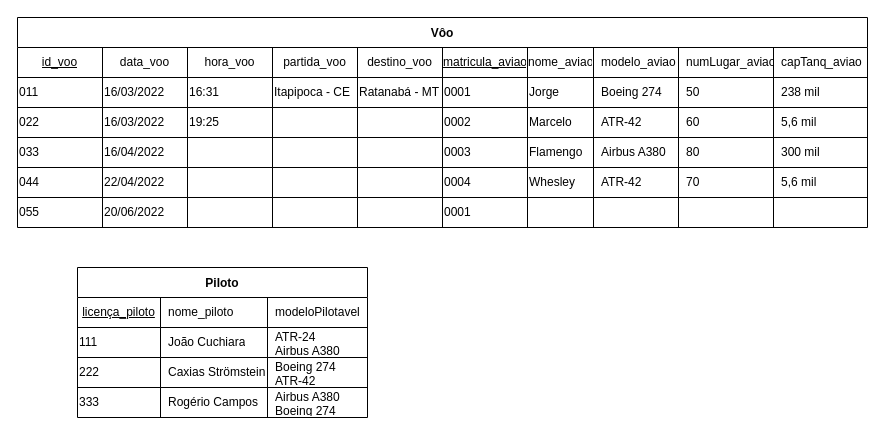
Earlier version of the draw.io diagram Lista9_20-06/Lista9.drawio (andreeeeeeeee/Engenharia_Software). Source tidied: cells renumbered, new cells numbered last; positions are measured from the earlier drawing's top-left corner, leaving out a move shared by most shapes. Both pictures are drawn from the tidied source at 100%, with x=0, y=0 at pixel (17, 17).
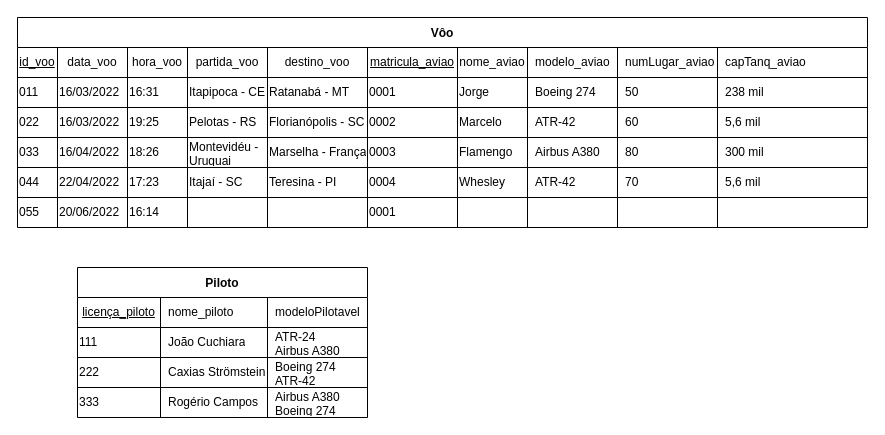
The same diagram, later.

Unchanged cells that the change refers to:
```xml
<mxCell id="3" style="shape=tableRow;horizontal=0;startSize=0;swimlaneHead=0;swimlaneBody=0;top=0;left=0;bottom=0;right=0;fillColor=none;" parent="2" vertex="1">
  <mxGeometry y="30" width="850" height="30" as="geometry" />
</mxCell>
<mxCell id="14" style="shape=tableRow;horizontal=0;startSize=0;swimlaneHead=0;swimlaneBody=0;top=0;left=0;bottom=0;right=0;fillColor=none;" parent="2" vertex="1">
  <mxGeometry y="60" width="850" height="30" as="geometry" />
</mxCell>
<mxCell id="25" style="shape=tableRow;horizontal=0;startSize=0;swimlaneHead=0;swimlaneBody=0;top=0;left=0;bottom=0;right=0;fillColor=none;" parent="2" vertex="1">
  <mxGeometry y="90" width="850" height="30" as="geometry" />
</mxCell>
<mxCell id="36" style="shape=tableRow;horizontal=0;startSize=0;swimlaneHead=0;swimlaneBody=0;top=0;left=0;bottom=0;right=0;fillColor=none;" parent="2" vertex="1">
  <mxGeometry y="120" width="850" height="30" as="geometry" />
</mxCell>
<mxCell id="47" style="shape=tableRow;horizontal=0;startSize=0;swimlaneHead=0;swimlaneBody=0;top=0;left=0;bottom=0;right=0;fillColor=none;" parent="2" vertex="1">
  <mxGeometry y="150" width="850" height="30" as="geometry" />
</mxCell>
<mxCell id="58" style="shape=tableRow;horizontal=0;startSize=0;swimlaneHead=0;swimlaneBody=0;top=0;left=0;bottom=0;right=0;fillColor=none;" parent="2" vertex="1">
  <mxGeometry y="180" width="850" height="30" as="geometry" />
</mxCell>
```

What changed in the source:
```diff
@@
     <mxCell id="4" value="id_voo" style="shape=partialRectangle;html=1;whiteSpace=wrap;fillColor=none;top=0;left=0;bottom=0;right=0;overflow=hidden;fontStyle=4;" parent="3" vertex="1">
-      <mxGeometry width="85" height="30" as="geometry" />
+      <mxGeometry width="40" height="30" as="geometry" />
     </mxCell>
     <mxCell id="5" value="data_voo" style="shape=partialRectangle;html=1;whiteSpace=wrap;fillColor=none;top=0;left=0;bottom=0;right=0;overflow=hidden;fontStyle=0;" parent="3" vertex="1">
-      <mxGeometry x="85" width="85" height="30" as="geometry" />
+      <mxGeometry x="40" width="70" height="30" as="geometry" />
     </mxCell>
     <mxCell id="6" value="hora_voo" style="shape=partialRectangle;html=1;whiteSpace=wrap;fillColor=none;top=0;left=0;bottom=0;right=0;overflow=hidden;fontStyle=0;" parent="3" vertex="1">
-      <mxGeometry x="170" width="85" height="30" as="geometry" />
+      <mxGeometry x="110" width="60" height="30" as="geometry" />
     </mxCell>
     <mxCell id="7" value="partida_voo" style="shape=partialRectangle;html=1;whiteSpace=wrap;fillColor=none;top=0;left=0;bottom=0;right=0;overflow=hidden;fontStyle=0;" parent="3" vertex="1">
-      <mxGeometry x="255" width="85" height="30" as="geometry" />
+      <mxGeometry x="170" width="80" height="30" as="geometry" />
     </mxCell>
     <mxCell id="8" value="destino_voo" style="shape=partialRectangle;html=1;whiteSpace=wrap;fillColor=none;top=0;left=0;bottom=0;right=0;overflow=hidden;fontStyle=0;" parent="3" vertex="1">
-      <mxGeometry x="340" width="85" height="30" as="geometry" />
+      <mxGeometry x="250" width="100" height="30" as="geometry" />
     </mxCell>
     <mxCell id="9" value="matricula_aviao" style="shape=partialRectangle;html=1;whiteSpace=wrap;fillColor=none;top=0;left=0;bottom=0;right=0;overflow=hidden;fontStyle=4;" parent="3" vertex="1">
-      <mxGeometry x="425" width="85" height="30" as="geometry" />
+      <mxGeometry x="350" width="90" height="30" as="geometry" />
     </mxCell>
     <mxCell id="10" value="nome_aviao" style="shape=partialRectangle;html=1;whiteSpace=wrap;fillColor=none;top=0;left=0;bottom=0;right=0;overflow=hidden;fontStyle=0;" parent="3" vertex="1">
-      <mxGeometry x="510" width="66" height="30" as="geometry" />
+      <mxGeometry x="440" width="70" height="30" as="geometry" />
     </mxCell>
     <mxCell id="11" value="modelo_aviao" style="shape=partialRectangle;html=1;whiteSpace=wrap;fillColor=none;top=0;left=0;bottom=0;right=0;align=left;spacingLeft=6;overflow=hidden;" parent="3" vertex="1">
-      <mxGeometry x="576" width="85" height="30" as="geometry" />
+      <mxGeometry x="510" width="90" height="30" as="geometry" />
     </mxCell>
     <mxCell id="12" value="numLugar_aviao" style="shape=partialRectangle;html=1;whiteSpace=wrap;fillColor=none;top=0;left=0;bottom=0;right=0;align=left;spacingLeft=6;overflow=hidden;" parent="3" vertex="1">
-      <mxGeometry x="661" width="95" height="30" as="geometry" />
+      <mxGeometry x="600" width="100" height="30" as="geometry" />
     </mxCell>
     <mxCell id="13" value="capTanq_aviao" style="shape=partialRectangle;html=1;whiteSpace=wrap;fillColor=none;top=0;left=0;bottom=0;right=0;align=left;spacingLeft=6;overflow=hidden;" parent="3" vertex="1">
-      <mxGeometry x="756" width="94" height="30" as="geometry" />
+      <mxGeometry x="700" width="150" height="30" as="geometry" />
     </mxCell>
@@
     <mxCell id="15" value="011" style="shape=partialRectangle;html=1;whiteSpace=wrap;fillColor=none;top=0;left=0;bottom=0;right=0;overflow=hidden;align=left;" parent="14" vertex="1">
-      <mxGeometry width="85" height="30" as="geometry" />
+      <mxGeometry width="40" height="30" as="geometry" />
     </mxCell>
     <mxCell id="16" value="16/03/2022" style="shape=partialRectangle;html=1;whiteSpace=wrap;fillColor=none;top=0;left=0;bottom=0;right=0;overflow=hidden;align=left;" parent="14" vertex="1">
-      <mxGeometry x="85" width="85" height="30" as="geometry" />
+      <mxGeometry x="40" width="70" height="30" as="geometry" />
     </mxCell>
     <mxCell id="17" value="16:31" style="shape=partialRectangle;html=1;whiteSpace=wrap;fillColor=none;top=0;left=0;bottom=0;right=0;overflow=hidden;align=left;" parent="14" vertex="1">
-      <mxGeometry x="170" width="85" height="30" as="geometry" />
+      <mxGeometry x="110" width="60" height="30" as="geometry" />
     </mxCell>
     <mxCell id="18" value="Itapipoca - CE" style="shape=partialRectangle;html=1;whiteSpace=wrap;fillColor=none;top=0;left=0;bottom=0;right=0;overflow=hidden;align=left;" parent="14" vertex="1">
-      <mxGeometry x="255" width="85" height="30" as="geometry" />
+      <mxGeometry x="170" width="80" height="30" as="geometry" />
     </mxCell>
     <mxCell id="19" value="Ratanabá - MT" style="shape=partialRectangle;html=1;whiteSpace=wrap;fillColor=none;top=0;left=0;bottom=0;right=0;overflow=hidden;align=left;" parent="14" vertex="1">
-      <mxGeometry x="340" width="85" height="30" as="geometry" />
+      <mxGeometry x="250" width="100" height="30" as="geometry" />
     </mxCell>
     <mxCell id="20" value="0001" style="shape=partialRectangle;html=1;whiteSpace=wrap;fillColor=none;top=0;left=0;bottom=0;right=0;overflow=hidden;align=left;" parent="14" vertex="1">
-      <mxGeometry x="425" width="85" height="30" as="geometry" />
+      <mxGeometry x="350" width="90" height="30" as="geometry" />
     </mxCell>
     <mxCell id="21" value="Jorge" style="shape=partialRectangle;html=1;whiteSpace=wrap;fillColor=none;top=0;left=0;bottom=0;right=0;overflow=hidden;align=left;" parent="14" vertex="1">
-      <mxGeometry x="510" width="66" height="30" as="geometry" />
+      <mxGeometry x="440" width="70" height="30" as="geometry" />
     </mxCell>
     <mxCell id="22" value="Boeing 274" style="shape=partialRectangle;html=1;whiteSpace=wrap;fillColor=none;top=0;left=0;bottom=0;right=0;align=left;spacingLeft=6;overflow=hidden;verticalAlign=middle;horizontal=1;" parent="14" vertex="1">
-      <mxGeometry x="576" width="85" height="30" as="geometry" />
+      <mxGeometry x="510" width="90" height="30" as="geometry" />
     </mxCell>
     <mxCell id="23" value="50" style="shape=partialRectangle;html=1;whiteSpace=wrap;fillColor=none;top=0;left=0;bottom=0;right=0;align=left;spacingLeft=6;overflow=hidden;" parent="14" vertex="1">
-      <mxGeometry x="661" width="95" height="30" as="geometry" />
+      <mxGeometry x="600" width="100" height="30" as="geometry" />
     </mxCell>
     <mxCell id="24" value="238 mil" style="shape=partialRectangle;html=1;whiteSpace=wrap;fillColor=none;top=0;left=0;bottom=0;right=0;align=left;spacingLeft=6;overflow=hidden;" parent="14" vertex="1">
-      <mxGeometry x="756" width="94" height="30" as="geometry" />
+      <mxGeometry x="700" width="150" height="30" as="geometry" />
     </mxCell>
@@
     <mxCell id="26" value="022" style="shape=partialRectangle;html=1;whiteSpace=wrap;fillColor=none;top=0;left=0;bottom=0;right=0;overflow=hidden;align=left;" parent="25" vertex="1">
-      <mxGeometry width="85" height="30" as="geometry" />
+      <mxGeometry width="40" height="30" as="geometry" />
     </mxCell>
     <mxCell id="27" value="16/03/2022" style="shape=partialRectangle;html=1;whiteSpace=wrap;fillColor=none;top=0;left=0;bottom=0;right=0;overflow=hidden;align=left;" parent="25" vertex="1">
-      <mxGeometry x="85" width="85" height="30" as="geometry" />
+      <mxGeometry x="40" width="70" height="30" as="geometry" />
     </mxCell>
     <mxCell id="28" value="19:25" style="shape=partialRectangle;html=1;whiteSpace=wrap;fillColor=none;top=0;left=0;bottom=0;right=0;overflow=hidden;align=left;" parent="25" vertex="1">
-      <mxGeometry x="170" width="85" height="30" as="geometry" />
+      <mxGeometry x="110" width="60" height="30" as="geometry" />
     </mxCell>
-    <mxCell id="29" style="shape=partialRectangle;html=1;whiteSpace=wrap;fillColor=none;top=0;left=0;bottom=0;right=0;overflow=hidden;align=left;" parent="25" vertex="1">
-      <mxGeometry x="255" width="85" height="30" as="geometry" />
+    <mxCell id="29" value="Pelotas - RS" style="shape=partialRectangle;html=1;whiteSpace=wrap;fillColor=none;top=0;left=0;bottom=0;right=0;overflow=hidden;align=left;" parent="25" vertex="1">
+      <mxGeometry x="170" width="80" height="30" as="geometry" />
     </mxCell>
-    <mxCell id="30" style="shape=partialRectangle;html=1;whiteSpace=wrap;fillColor=none;top=0;left=0;bottom=0;right=0;overflow=hidden;align=left;" parent="25" vertex="1">
-      <mxGeometry x="340" width="85" height="30" as="geometry" />
+    <mxCell id="30" value="Florianópolis - SC" style="shape=partialRectangle;html=1;whiteSpace=wrap;fillColor=none;top=0;left=0;bottom=0;right=0;overflow=hidden;align=left;" parent="25" vertex="1">
+      <mxGeometry x="250" width="100" height="30" as="geometry" />
     </mxCell>
     <mxCell id="31" value="0002" style="shape=partialRectangle;html=1;whiteSpace=wrap;fillColor=none;top=0;left=0;bottom=0;right=0;overflow=hidden;align=left;" parent="25" vertex="1">
-      <mxGeometry x="425" width="85" height="30" as="geometry" />
+      <mxGeometry x="350" width="90" height="30" as="geometry" />
     </mxCell>
     <mxCell id="32" value="Marcelo" style="shape=partialRectangle;html=1;whiteSpace=wrap;fillColor=none;top=0;left=0;bottom=0;right=0;overflow=hidden;align=left;" parent="25" vertex="1">
-      <mxGeometry x="510" width="66" height="30" as="geometry" />
+      <mxGeometry x="440" width="70" height="30" as="geometry" />
     </mxCell>
     <mxCell id="33" value="ATR-42" style="shape=partialRectangle;html=1;whiteSpace=wrap;fillColor=none;top=0;left=0;bottom=0;right=0;align=left;spacingLeft=6;overflow=hidden;" parent="25" vertex="1">
-      <mxGeometry x="576" width="85" height="30" as="geometry" />
+      <mxGeometry x="510" width="90" height="30" as="geometry" />
     </mxCell>
     <mxCell id="34" value="60" style="shape=partialRectangle;html=1;whiteSpace=wrap;fillColor=none;top=0;left=0;bottom=0;right=0;align=left;spacingLeft=6;overflow=hidden;" parent="25" vertex="1">
-      <mxGeometry x="661" width="95" height="30" as="geometry" />
+      <mxGeometry x="600" width="100" height="30" as="geometry" />
     </mxCell>
     <mxCell id="35" value="5,6 mil" style="shape=partialRectangle;html=1;whiteSpace=wrap;fillColor=none;top=0;left=0;bottom=0;right=0;align=left;spacingLeft=6;overflow=hidden;" parent="25" vertex="1">
-      <mxGeometry x="756" width="94" height="30" as="geometry" />
+      <mxGeometry x="700" width="150" height="30" as="geometry" />
     </mxCell>
@@
     <mxCell id="37" value="033" style="shape=partialRectangle;html=1;whiteSpace=wrap;fillColor=none;top=0;left=0;bottom=0;right=0;overflow=hidden;align=left;" parent="36" vertex="1">
-      <mxGeometry width="85" height="30" as="geometry" />
+      <mxGeometry width="40" height="30" as="geometry" />
     </mxCell>
     <mxCell id="38" value="16/04/2022" style="shape=partialRectangle;html=1;whiteSpace=wrap;fillColor=none;top=0;left=0;bottom=0;right=0;overflow=hidden;align=left;" parent="36" vertex="1">
-      <mxGeometry x="85" width="85" height="30" as="geometry" />
+      <mxGeometry x="40" width="70" height="30" as="geometry" />
     </mxCell>
-    <mxCell id="39" style="shape=partialRectangle;html=1;whiteSpace=wrap;fillColor=none;top=0;left=0;bottom=0;right=0;overflow=hidden;align=left;" parent="36" vertex="1">
-      <mxGeometry x="170" width="85" height="30" as="geometry" />
+    <mxCell id="39" value="18:26" style="shape=partialRectangle;html=1;whiteSpace=wrap;fillColor=none;top=0;left=0;bottom=0;right=0;overflow=hidden;align=left;" parent="36" vertex="1">
+      <mxGeometry x="110" width="60" height="30" as="geometry" />
     </mxCell>
-    <mxCell id="40" style="shape=partialRectangle;html=1;whiteSpace=wrap;fillColor=none;top=0;left=0;bottom=0;right=0;overflow=hidden;align=left;" parent="36" vertex="1">
-      <mxGeometry x="255" width="85" height="30" as="geometry" />
+    <mxCell id="40" value="Montevidéu - Uruguai" style="shape=partialRectangle;html=1;whiteSpace=wrap;fillColor=none;top=0;left=0;bottom=0;right=0;overflow=hidden;align=left;" parent="36" vertex="1">
+      <mxGeometry x="170" width="80" height="30" as="geometry" />
     </mxCell>
-    <mxCell id="41" style="shape=partialRectangle;html=1;whiteSpace=wrap;fillColor=none;top=0;left=0;bottom=0;right=0;overflow=hidden;align=left;" parent="36" vertex="1">
-      <mxGeometry x="340" width="85" height="30" as="geometry" />
+    <mxCell id="41" value="Marselha - França" style="shape=partialRectangle;html=1;whiteSpace=wrap;fillColor=none;top=0;left=0;bottom=0;right=0;overflow=hidden;align=left;" parent="36" vertex="1">
+      <mxGeometry x="250" width="100" height="30" as="geometry" />
     </mxCell>
     <mxCell id="42" value="0003" style="shape=partialRectangle;html=1;whiteSpace=wrap;fillColor=none;top=0;left=0;bottom=0;right=0;overflow=hidden;align=left;" parent="36" vertex="1">
-      <mxGeometry x="425" width="85" height="30" as="geometry" />
+      <mxGeometry x="350" width="90" height="30" as="geometry" />
     </mxCell>
     <mxCell id="43" value="Flamengo" style="shape=partialRectangle;html=1;whiteSpace=wrap;fillColor=none;top=0;left=0;bottom=0;right=0;overflow=hidden;align=left;" parent="36" vertex="1">
-      <mxGeometry x="510" width="66" height="30" as="geometry" />
+      <mxGeometry x="440" width="70" height="30" as="geometry" />
     </mxCell>
     <mxCell id="44" value="Airbus A380" style="shape=partialRectangle;html=1;whiteSpace=wrap;fillColor=none;top=0;left=0;bottom=0;right=0;align=left;spacingLeft=6;overflow=hidden;" parent="36" vertex="1">
-      <mxGeometry x="576" width="85" height="30" as="geometry" />
+      <mxGeometry x="510" width="90" height="30" as="geometry" />
     </mxCell>
     <mxCell id="45" value="80" style="shape=partialRectangle;html=1;whiteSpace=wrap;fillColor=none;top=0;left=0;bottom=0;right=0;align=left;spacingLeft=6;overflow=hidden;" parent="36" vertex="1">
-      <mxGeometry x="661" width="95" height="30" as="geometry" />
+      <mxGeometry x="600" width="100" height="30" as="geometry" />
     </mxCell>
     <mxCell id="46" value="300 mil" style="shape=partialRectangle;html=1;whiteSpace=wrap;fillColor=none;top=0;left=0;bottom=0;right=0;align=left;spacingLeft=6;overflow=hidden;" parent="36" vertex="1">
-      <mxGeometry x="756" width="94" height="30" as="geometry" />
+      <mxGeometry x="700" width="150" height="30" as="geometry" />
     </mxCell>
@@
     <mxCell id="48" value="044" style="shape=partialRectangle;html=1;whiteSpace=wrap;fillColor=none;top=0;left=0;bottom=0;right=0;overflow=hidden;align=left;" parent="47" vertex="1">
-      <mxGeometry width="85" height="30" as="geometry" />
+      <mxGeometry width="40" height="30" as="geometry" />
     </mxCell>
     <mxCell id="49" value="22/04/2022" style="shape=partialRectangle;html=1;whiteSpace=wrap;fillColor=none;top=0;left=0;bottom=0;right=0;overflow=hidden;align=left;" parent="47" vertex="1">
-      <mxGeometry x="85" width="85" height="30" as="geometry" />
+      <mxGeometry x="40" width="70" height="30" as="geometry" />
     </mxCell>
-    <mxCell id="50" style="shape=partialRectangle;html=1;whiteSpace=wrap;fillColor=none;top=0;left=0;bottom=0;right=0;overflow=hidden;align=left;" parent="47" vertex="1">
-      <mxGeometry x="170" width="85" height="30" as="geometry" />
+    <mxCell id="50" value="17:23" style="shape=partialRectangle;html=1;whiteSpace=wrap;fillColor=none;top=0;left=0;bottom=0;right=0;overflow=hidden;align=left;" parent="47" vertex="1">
+      <mxGeometry x="110" width="60" height="30" as="geometry" />
     </mxCell>
-    <mxCell id="51" style="shape=partialRectangle;html=1;whiteSpace=wrap;fillColor=none;top=0;left=0;bottom=0;right=0;overflow=hidden;align=left;" parent="47" vertex="1">
-      <mxGeometry x="255" width="85" height="30" as="geometry" />
+    <mxCell id="51" value="Itajaí - SC" style="shape=partialRectangle;html=1;whiteSpace=wrap;fillColor=none;top=0;left=0;bottom=0;right=0;overflow=hidden;align=left;" parent="47" vertex="1">
+      <mxGeometry x="170" width="80" height="30" as="geometry" />
     </mxCell>
-    <mxCell id="52" style="shape=partialRectangle;html=1;whiteSpace=wrap;fillColor=none;top=0;left=0;bottom=0;right=0;overflow=hidden;align=left;" parent="47" vertex="1">
-      <mxGeometry x="340" width="85" height="30" as="geometry" />
+    <mxCell id="52" value="Teresina - PI" style="shape=partialRectangle;html=1;whiteSpace=wrap;fillColor=none;top=0;left=0;bottom=0;right=0;overflow=hidden;align=left;" parent="47" vertex="1">
+      <mxGeometry x="250" width="100" height="30" as="geometry" />
     </mxCell>
     <mxCell id="53" value="0004" style="shape=partialRectangle;html=1;whiteSpace=wrap;fillColor=none;top=0;left=0;bottom=0;right=0;overflow=hidden;align=left;" parent="47" vertex="1">
-      <mxGeometry x="425" width="85" height="30" as="geometry" />
+      <mxGeometry x="350" width="90" height="30" as="geometry" />
     </mxCell>
     <mxCell id="54" value="Whesley" style="shape=partialRectangle;html=1;whiteSpace=wrap;fillColor=none;top=0;left=0;bottom=0;right=0;overflow=hidden;align=left;" parent="47" vertex="1">
-      <mxGeometry x="510" width="66" height="30" as="geometry" />
+      <mxGeometry x="440" width="70" height="30" as="geometry" />
     </mxCell>
     <mxCell id="55" value="ATR-42" style="shape=partialRectangle;html=1;whiteSpace=wrap;fillColor=none;top=0;left=0;bottom=0;right=0;align=left;spacingLeft=6;overflow=hidden;" parent="47" vertex="1">
-      <mxGeometry x="576" width="85" height="30" as="geometry" />
+      <mxGeometry x="510" width="90" height="30" as="geometry" />
     </mxCell>
     <mxCell id="56" value="70" style="shape=partialRectangle;html=1;whiteSpace=wrap;fillColor=none;top=0;left=0;bottom=0;right=0;align=left;spacingLeft=6;overflow=hidden;" parent="47" vertex="1">
-      <mxGeometry x="661" width="95" height="30" as="geometry" />
+      <mxGeometry x="600" width="100" height="30" as="geometry" />
     </mxCell>
     <mxCell id="57" value="5,6 mil" style="shape=partialRectangle;html=1;whiteSpace=wrap;fillColor=none;top=0;left=0;bottom=0;right=0;align=left;spacingLeft=6;overflow=hidden;" parent="47" vertex="1">
-      <mxGeometry x="756" width="94" height="30" as="geometry" />
+      <mxGeometry x="700" width="150" height="30" as="geometry" />
     </mxCell>
@@
     <mxCell id="59" value="055" style="shape=partialRectangle;html=1;whiteSpace=wrap;fillColor=none;top=0;left=0;bottom=0;right=0;overflow=hidden;align=left;" parent="58" vertex="1">
-      <mxGeometry width="85" height="30" as="geometry" />
+      <mxGeometry width="40" height="30" as="geometry" />
     </mxCell>
     <mxCell id="60" value="20/06/2022" style="shape=partialRectangle;html=1;whiteSpace=wrap;fillColor=none;top=0;left=0;bottom=0;right=0;overflow=hidden;align=left;" parent="58" vertex="1">
-      <mxGeometry x="85" width="85" height="30" as="geometry" />
+      <mxGeometry x="40" width="70" height="30" as="geometry" />
     </mxCell>
-    <mxCell id="61" style="shape=partialRectangle;html=1;whiteSpace=wrap;fillColor=none;top=0;left=0;bottom=0;right=0;overflow=hidden;align=left;" parent="58" vertex="1">
-      <mxGeometry x="170" width="85" height="30" as="geometry" />
+    <mxCell id="61" value="16:14" style="shape=partialRectangle;html=1;whiteSpace=wrap;fillColor=none;top=0;left=0;bottom=0;right=0;overflow=hidden;align=left;" parent="58" vertex="1">
+      <mxGeometry x="110" width="60" height="30" as="geometry" />
     </mxCell>
     <mxCell id="62" style="shape=partialRectangle;html=1;whiteSpace=wrap;fillColor=none;top=0;left=0;bottom=0;right=0;overflow=hidden;align=left;" parent="58" vertex="1">
-      <mxGeometry x="255" width="85" height="30" as="geometry" />
+      <mxGeometry x="170" width="80" height="30" as="geometry" />
     </mxCell>
     <mxCell id="63" style="shape=partialRectangle;html=1;whiteSpace=wrap;fillColor=none;top=0;left=0;bottom=0;right=0;overflow=hidden;align=left;" parent="58" vertex="1">
-      <mxGeometry x="340" width="85" height="30" as="geometry" />
+      <mxGeometry x="250" width="100" height="30" as="geometry" />
     </mxCell>
     <mxCell id="64" value="0001" style="shape=partialRectangle;html=1;whiteSpace=wrap;fillColor=none;top=0;left=0;bottom=0;right=0;overflow=hidden;align=left;" parent="58" vertex="1">
-      <mxGeometry x="425" width="85" height="30" as="geometry" />
+      <mxGeometry x="350" width="90" height="30" as="geometry" />
     </mxCell>
     <mxCell id="65" style="shape=partialRectangle;html=1;whiteSpace=wrap;fillColor=none;top=0;left=0;bottom=0;right=0;overflow=hidden;align=left;" parent="58" vertex="1">
-      <mxGeometry x="510" width="66" height="30" as="geometry" />
+      <mxGeometry x="440" width="70" height="30" as="geometry" />
     </mxCell>
     <mxCell id="66" style="shape=partialRectangle;html=1;whiteSpace=wrap;fillColor=none;top=0;left=0;bottom=0;right=0;align=left;spacingLeft=6;overflow=hidden;" parent="58" vertex="1">
-      <mxGeometry x="576" width="85" height="30" as="geometry" />
+      <mxGeometry x="510" width="90" height="30" as="geometry" />
     </mxCell>
     <mxCell id="67" style="shape=partialRectangle;html=1;whiteSpace=wrap;fillColor=none;top=0;left=0;bottom=0;right=0;align=left;spacingLeft=6;overflow=hidden;" parent="58" vertex="1">
-      <mxGeometry x="661" width="95" height="30" as="geometry" />
+      <mxGeometry x="600" width="100" height="30" as="geometry" />
     </mxCell>
     <mxCell id="68" style="shape=partialRectangle;html=1;whiteSpace=wrap;fillColor=none;top=0;left=0;bottom=0;right=0;align=left;spacingLeft=6;overflow=hidden;" parent="58" vertex="1">
-      <mxGeometry x="756" width="94" height="30" as="geometry" />
+      <mxGeometry x="700" width="150" height="30" as="geometry" />
     </mxCell>
```
